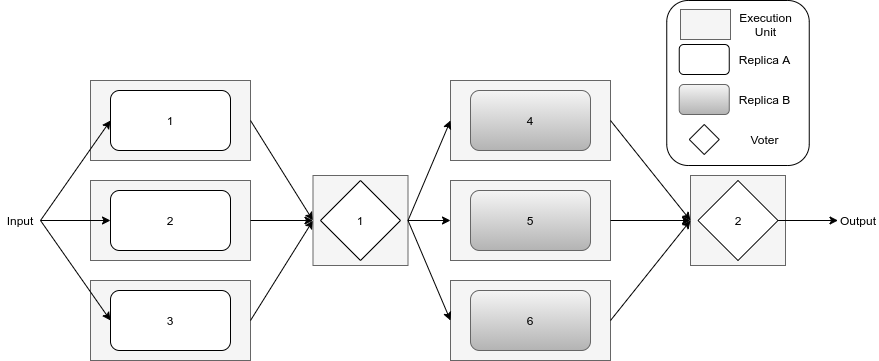
The draw.io diagram images/IntermediateVoting.png in Boffmann/masterThesis, before a commit. Source tidied: cells renumbered, new cells last; positions are measured from the earlier drawing's top-left corner, leaving out a move shared by most shapes. Its diagram source:
```xml
<mxGraphModel>
  <root>
    <mxCell id="0" />
    <mxCell id="1" parent="0" />
    <mxCell id="2" style="rounded=0;whiteSpace=wrap;html=1;fillColor=#f5f5f5;strokeColor=#666666;fontColor=#333333;" parent="1" vertex="1">
      <mxGeometry x="690" y="175" width="95" height="90" as="geometry" />
    </mxCell>
    <mxCell id="3" style="rounded=0;whiteSpace=wrap;html=1;fillColor=#f5f5f5;strokeColor=#666666;fontColor=#333333;" parent="1" vertex="1">
      <mxGeometry x="90" y="180" width="160" height="80" as="geometry" />
    </mxCell>
    <mxCell id="4" style="rounded=0;whiteSpace=wrap;html=1;fillColor=#f5f5f5;strokeColor=#666666;fontColor=#333333;" parent="1" vertex="1">
      <mxGeometry x="90" y="80" width="160" height="80" as="geometry" />
    </mxCell>
    <mxCell id="5" value="1" style="rounded=1;whiteSpace=wrap;html=1;" parent="1" vertex="1">
      <mxGeometry x="110" y="90" width="120" height="60" as="geometry" />
    </mxCell>
    <mxCell id="6" value="2" style="rounded=1;whiteSpace=wrap;html=1;" parent="1" vertex="1">
      <mxGeometry x="110" y="190" width="120" height="60" as="geometry" />
    </mxCell>
    <mxCell id="7" style="edgeStyle=orthogonalEdgeStyle;rounded=0;jettySize=auto;html=1;entryX=0;entryY=0.5;entryDx=0;entryDy=0;" parent="1" edge="1" source="8" target="12">
      <mxGeometry relative="1" as="geometry" />
    </mxCell>
    <mxCell id="8" value="2" style="rhombus;whiteSpace=wrap;html=1;" parent="1" vertex="1">
      <mxGeometry x="697.5" y="180" width="80" height="80" as="geometry" />
    </mxCell>
    <mxCell id="9" value="Input" style="text;html=1;strokeColor=none;fillColor=none;align=center;verticalAlign=middle;whiteSpace=wrap;rounded=0;" parent="1" vertex="1">
      <mxGeometry y="210" width="40" height="20" as="geometry" />
    </mxCell>
    <mxCell id="10" style="endArrow=classic;html=1;exitX=1;exitY=0.5;exitDx=0;exitDy=0;entryX=0;entryY=0.5;entryDx=0;entryDy=0;" parent="1" edge="1" source="9" target="5">
      <mxGeometry relative="1" as="geometry" />
    </mxCell>
    <mxCell id="11" style="endArrow=classic;html=1;exitX=1;exitY=0.5;exitDx=0;exitDy=0;entryX=0;entryY=0.5;entryDx=0;entryDy=0;" parent="1" edge="1" source="9" target="6">
      <mxGeometry relative="1" as="geometry" />
    </mxCell>
    <mxCell id="12" value="Output" style="text;html=1;strokeColor=none;fillColor=none;align=center;verticalAlign=middle;whiteSpace=wrap;rounded=0;" parent="1" vertex="1">
      <mxGeometry x="837.5" y="210" width="40" height="20" as="geometry" />
    </mxCell>
    <mxCell id="13" style="rounded=0;whiteSpace=wrap;html=1;fillColor=#f5f5f5;strokeColor=#666666;fontColor=#333333;" parent="1" vertex="1">
      <mxGeometry x="90" y="280" width="160" height="80" as="geometry" />
    </mxCell>
    <mxCell id="14" value="3" style="rounded=1;whiteSpace=wrap;html=1;" parent="1" vertex="1">
      <mxGeometry x="110" y="290" width="120" height="60" as="geometry" />
    </mxCell>
    <mxCell id="15" style="endArrow=classic;html=1;exitX=1;exitY=0.5;exitDx=0;exitDy=0;entryX=0;entryY=0.5;entryDx=0;entryDy=0;" parent="1" edge="1" source="9" target="14">
      <mxGeometry relative="1" as="geometry" />
    </mxCell>
    <mxCell id="16" style="rounded=1;whiteSpace=wrap;html=1;" parent="1" vertex="1">
      <mxGeometry x="666.2" width="142.5" height="165" as="geometry" />
    </mxCell>
    <mxCell id="17" style="rounded=0;whiteSpace=wrap;html=1;fillColor=#f5f5f5;strokeColor=#666666;fontColor=#333333;" parent="1" vertex="1">
      <mxGeometry x="680" y="9" width="50" height="30" as="geometry" />
    </mxCell>
    <mxCell id="18" value="Execution&lt;br&gt;Unit" style="text;html=1;align=center;verticalAlign=middle;" parent="1" vertex="1">
      <mxGeometry x="730" y="9" width="70" height="30" as="geometry" />
    </mxCell>
    <mxCell id="19" style="rounded=1;whiteSpace=wrap;html=1;fillColor=#f5f5f5;gradientColor=#b3b3b3;strokeColor=#666666;" parent="1" vertex="1">
      <mxGeometry x="678.8" y="84" width="50" height="30" as="geometry" />
    </mxCell>
    <mxCell id="20" value="Replica B" style="text;html=1;align=center;verticalAlign=middle;" parent="1" vertex="1">
      <mxGeometry x="728.8" y="89" width="70" height="20" as="geometry" />
    </mxCell>
    <mxCell id="21" style="rhombus;whiteSpace=wrap;html=1;" parent="1" vertex="1">
      <mxGeometry x="688.8" y="124" width="30" height="30" as="geometry" />
    </mxCell>
    <mxCell id="22" value="Voter" style="text;html=1;align=center;verticalAlign=middle;" parent="1" vertex="1">
      <mxGeometry x="743.8" y="129" width="40" height="20" as="geometry" />
    </mxCell>
    <mxCell id="23" style="rounded=0;whiteSpace=wrap;html=1;fillColor=#f5f5f5;strokeColor=#666666;fontColor=#333333;" parent="1" vertex="1">
      <mxGeometry x="450" y="280" width="160" height="80" as="geometry" />
    </mxCell>
    <mxCell id="24" value="6" style="rounded=1;whiteSpace=wrap;html=1;gradientColor=#b3b3b3;fillColor=#f5f5f5;strokeColor=#666666;" parent="1" vertex="1">
      <mxGeometry x="470" y="290" width="120" height="60" as="geometry" />
    </mxCell>
    <mxCell id="25" style="rounded=0;whiteSpace=wrap;html=1;fillColor=#f5f5f5;strokeColor=#666666;fontColor=#333333;" parent="1" vertex="1">
      <mxGeometry x="450" y="180" width="160" height="80" as="geometry" />
    </mxCell>
    <mxCell id="26" value="5" style="rounded=1;whiteSpace=wrap;html=1;gradientColor=#b3b3b3;fillColor=#f5f5f5;strokeColor=#666666;" parent="1" vertex="1">
      <mxGeometry x="470" y="190" width="120" height="60" as="geometry" />
    </mxCell>
    <mxCell id="27" style="rounded=0;whiteSpace=wrap;html=1;fillColor=#f5f5f5;strokeColor=#666666;fontColor=#333333;" parent="1" vertex="1">
      <mxGeometry x="450" y="80" width="160" height="80" as="geometry" />
    </mxCell>
    <mxCell id="28" value="4" style="rounded=1;whiteSpace=wrap;html=1;gradientColor=#b3b3b3;fillColor=#f5f5f5;strokeColor=#666666;" parent="1" vertex="1">
      <mxGeometry x="470" y="90" width="120" height="60" as="geometry" />
    </mxCell>
    <mxCell id="29" style="endArrow=classic;html=1;exitX=1;exitY=0.5;exitDx=0;exitDy=0;entryX=0;entryY=0.5;entryDx=0;entryDy=0;" parent="1" edge="1" source="23" target="2">
      <mxGeometry relative="1" as="geometry" />
    </mxCell>
    <mxCell id="30" style="endArrow=classic;html=1;exitX=1;exitY=0.5;exitDx=0;exitDy=0;entryX=0;entryY=0.5;entryDx=0;entryDy=0;" parent="1" edge="1" source="13" target="37">
      <mxGeometry relative="1" as="geometry" />
    </mxCell>
    <mxCell id="31" style="endArrow=classic;html=1;exitX=1;exitY=0.5;exitDx=0;exitDy=0;entryX=0;entryY=0.5;entryDx=0;entryDy=0;" parent="1" edge="1" source="3" target="37">
      <mxGeometry relative="1" as="geometry" />
    </mxCell>
    <mxCell id="32" style="endArrow=classic;html=1;exitX=1;exitY=0.5;exitDx=0;exitDy=0;entryX=0;entryY=0.5;entryDx=0;entryDy=0;" parent="1" edge="1" source="4" target="37">
      <mxGeometry relative="1" as="geometry" />
    </mxCell>
    <mxCell id="33" style="endArrow=classic;html=1;exitX=1;exitY=0.5;exitDx=0;exitDy=0;entryX=0;entryY=0.5;entryDx=0;entryDy=0;" parent="1" edge="1" source="25" target="2">
      <mxGeometry relative="1" as="geometry" />
    </mxCell>
    <mxCell id="34" style="endArrow=classic;html=1;exitX=1;exitY=0.5;exitDx=0;exitDy=0;entryX=0;entryY=0.5;entryDx=0;entryDy=0;" parent="1" edge="1" source="27" target="2">
      <mxGeometry relative="1" as="geometry" />
    </mxCell>
    <mxCell id="35" style="rounded=1;whiteSpace=wrap;html=1;" parent="1" vertex="1">
      <mxGeometry x="678.8" y="44" width="50" height="30" as="geometry" />
    </mxCell>
    <mxCell id="36" value="Replica A" style="text;html=1;align=center;verticalAlign=middle;" parent="1" vertex="1">
      <mxGeometry x="728.8" y="49" width="70" height="20" as="geometry" />
    </mxCell>
    <mxCell id="37" style="rounded=0;whiteSpace=wrap;html=1;fillColor=#f5f5f5;strokeColor=#666666;fontColor=#333333;" parent="1" vertex="1">
      <mxGeometry x="312.5" y="175" width="95" height="90" as="geometry" />
    </mxCell>
    <mxCell id="38" value="1" style="rhombus;whiteSpace=wrap;html=1;" parent="1" vertex="1">
      <mxGeometry x="320" y="180" width="80" height="80" as="geometry" />
    </mxCell>
    <mxCell id="39" style="endArrow=classic;html=1;exitX=1;exitY=0.5;exitDx=0;exitDy=0;entryX=0;entryY=0.5;entryDx=0;entryDy=0;" parent="1" edge="1" source="37" target="23">
      <mxGeometry relative="1" as="geometry" />
    </mxCell>
    <mxCell id="40" style="endArrow=classic;html=1;exitX=1;exitY=0.5;exitDx=0;exitDy=0;entryX=0;entryY=0.5;entryDx=0;entryDy=0;" parent="1" edge="1" source="37" target="25">
      <mxGeometry relative="1" as="geometry" />
    </mxCell>
    <mxCell id="41" style="endArrow=classic;html=1;exitX=1;exitY=0.5;exitDx=0;exitDy=0;entryX=0;entryY=0.5;entryDx=0;entryDy=0;" parent="1" edge="1" source="37" target="27">
      <mxGeometry relative="1" as="geometry" />
    </mxCell>
  </root>
</mxGraphModel>
```
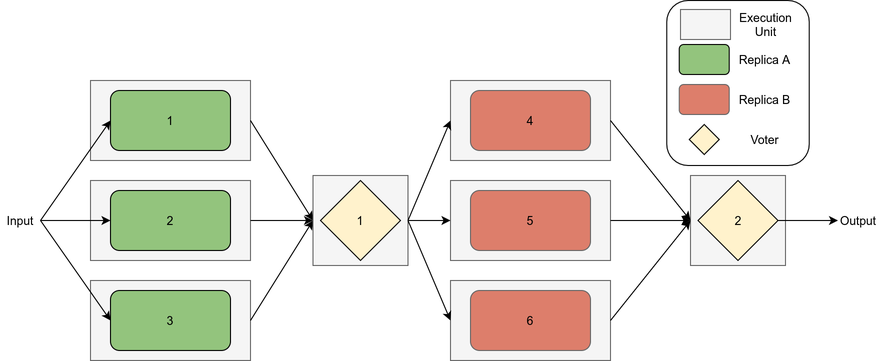
After the change.

Diff of the diagram source:
```diff
@@ -11,16 +11,16 @@
     <mxCell id="4" style="rounded=0;whiteSpace=wrap;html=1;fillColor=#f5f5f5;strokeColor=#666666;fontColor=#333333;" parent="1" vertex="1">
       <mxGeometry x="90" y="80" width="160" height="80" as="geometry" />
     </mxCell>
-    <mxCell id="5" value="1" style="rounded=1;whiteSpace=wrap;html=1;" parent="1" vertex="1">
+    <mxCell id="5" value="1" style="rounded=1;whiteSpace=wrap;html=1;fillColor=#93C47D;" parent="1" vertex="1">
       <mxGeometry x="110" y="90" width="120" height="60" as="geometry" />
     </mxCell>
-    <mxCell id="6" value="2" style="rounded=1;whiteSpace=wrap;html=1;" parent="1" vertex="1">
+    <mxCell id="6" value="2" style="rounded=1;whiteSpace=wrap;html=1;fillColor=#93C47D;" parent="1" vertex="1">
       <mxGeometry x="110" y="190" width="120" height="60" as="geometry" />
     </mxCell>
     <mxCell id="7" style="edgeStyle=orthogonalEdgeStyle;rounded=0;jettySize=auto;html=1;entryX=0;entryY=0.5;entryDx=0;entryDy=0;" parent="1" edge="1" source="8" target="12">
       <mxGeometry relative="1" as="geometry" />
     </mxCell>
-    <mxCell id="8" value="2" style="rhombus;whiteSpace=wrap;html=1;" parent="1" vertex="1">
+    <mxCell id="8" value="2" style="rhombus;whiteSpace=wrap;html=1;fillColor=#FFF2CC;" parent="1" vertex="1">
       <mxGeometry x="697.5" y="180" width="80" height="80" as="geometry" />
     </mxCell>
     <mxCell id="9" value="Input" style="text;html=1;strokeColor=none;fillColor=none;align=center;verticalAlign=middle;whiteSpace=wrap;rounded=0;" parent="1" vertex="1">
@@ -38,7 +38,7 @@
     <mxCell id="13" style="rounded=0;whiteSpace=wrap;html=1;fillColor=#f5f5f5;strokeColor=#666666;fontColor=#333333;" parent="1" vertex="1">
       <mxGeometry x="90" y="280" width="160" height="80" as="geometry" />
     </mxCell>
-    <mxCell id="14" value="3" style="rounded=1;whiteSpace=wrap;html=1;" parent="1" vertex="1">
+    <mxCell id="14" value="3" style="rounded=1;whiteSpace=wrap;html=1;fillColor=#93C47D;" parent="1" vertex="1">
       <mxGeometry x="110" y="290" width="120" height="60" as="geometry" />
     </mxCell>
     <mxCell id="15" style="endArrow=classic;html=1;exitX=1;exitY=0.5;exitDx=0;exitDy=0;entryX=0;entryY=0.5;entryDx=0;entryDy=0;" parent="1" edge="1" source="9" target="14">
@@ -53,13 +53,13 @@
     <mxCell id="18" value="Execution&lt;br&gt;Unit" style="text;html=1;align=center;verticalAlign=middle;" parent="1" vertex="1">
       <mxGeometry x="730" y="9" width="70" height="30" as="geometry" />
     </mxCell>
-    <mxCell id="19" style="rounded=1;whiteSpace=wrap;html=1;fillColor=#f5f5f5;gradientColor=#b3b3b3;strokeColor=#666666;" parent="1" vertex="1">
+    <mxCell id="19" style="rounded=1;whiteSpace=wrap;html=1;strokeColor=#666666;fillColor=#DD7E6B;" parent="1" vertex="1">
       <mxGeometry x="678.8" y="84" width="50" height="30" as="geometry" />
     </mxCell>
     <mxCell id="20" value="Replica B" style="text;html=1;align=center;verticalAlign=middle;" parent="1" vertex="1">
       <mxGeometry x="728.8" y="89" width="70" height="20" as="geometry" />
     </mxCell>
-    <mxCell id="21" style="rhombus;whiteSpace=wrap;html=1;" parent="1" vertex="1">
+    <mxCell id="21" style="rhombus;whiteSpace=wrap;html=1;fillColor=#FFF2CC;" parent="1" vertex="1">
       <mxGeometry x="688.8" y="124" width="30" height="30" as="geometry" />
     </mxCell>
     <mxCell id="22" value="Voter" style="text;html=1;align=center;verticalAlign=middle;" parent="1" vertex="1">
@@ -68,19 +68,19 @@
     <mxCell id="23" style="rounded=0;whiteSpace=wrap;html=1;fillColor=#f5f5f5;strokeColor=#666666;fontColor=#333333;" parent="1" vertex="1">
       <mxGeometry x="450" y="280" width="160" height="80" as="geometry" />
     </mxCell>
-    <mxCell id="24" value="6" style="rounded=1;whiteSpace=wrap;html=1;gradientColor=#b3b3b3;fillColor=#f5f5f5;strokeColor=#666666;" parent="1" vertex="1">
+    <mxCell id="24" value="6" style="rounded=1;whiteSpace=wrap;html=1;strokeColor=#666666;fillColor=#DD7E6B;" parent="1" vertex="1">
       <mxGeometry x="470" y="290" width="120" height="60" as="geometry" />
     </mxCell>
     <mxCell id="25" style="rounded=0;whiteSpace=wrap;html=1;fillColor=#f5f5f5;strokeColor=#666666;fontColor=#333333;" parent="1" vertex="1">
       <mxGeometry x="450" y="180" width="160" height="80" as="geometry" />
     </mxCell>
-    <mxCell id="26" value="5" style="rounded=1;whiteSpace=wrap;html=1;gradientColor=#b3b3b3;fillColor=#f5f5f5;strokeColor=#666666;" parent="1" vertex="1">
+    <mxCell id="26" value="5" style="rounded=1;whiteSpace=wrap;html=1;strokeColor=#666666;fillColor=#DD7E6B;" parent="1" vertex="1">
       <mxGeometry x="470" y="190" width="120" height="60" as="geometry" />
     </mxCell>
     <mxCell id="27" style="rounded=0;whiteSpace=wrap;html=1;fillColor=#f5f5f5;strokeColor=#666666;fontColor=#333333;" parent="1" vertex="1">
       <mxGeometry x="450" y="80" width="160" height="80" as="geometry" />
     </mxCell>
-    <mxCell id="28" value="4" style="rounded=1;whiteSpace=wrap;html=1;gradientColor=#b3b3b3;fillColor=#f5f5f5;strokeColor=#666666;" parent="1" vertex="1">
+    <mxCell id="28" value="4" style="rounded=1;whiteSpace=wrap;html=1;strokeColor=#666666;fillColor=#DD7E6B;" parent="1" vertex="1">
       <mxGeometry x="470" y="90" width="120" height="60" as="geometry" />
     </mxCell>
     <mxCell id="29" style="endArrow=classic;html=1;exitX=1;exitY=0.5;exitDx=0;exitDy=0;entryX=0;entryY=0.5;entryDx=0;entryDy=0;" parent="1" edge="1" source="23" target="2">
@@ -101,7 +101,7 @@
     <mxCell id="34" style="endArrow=classic;html=1;exitX=1;exitY=0.5;exitDx=0;exitDy=0;entryX=0;entryY=0.5;entryDx=0;entryDy=0;" parent="1" edge="1" source="27" target="2">
       <mxGeometry relative="1" as="geometry" />
     </mxCell>
-    <mxCell id="35" style="rounded=1;whiteSpace=wrap;html=1;" parent="1" vertex="1">
+    <mxCell id="35" style="rounded=1;whiteSpace=wrap;html=1;fillColor=#93C47D;" parent="1" vertex="1">
       <mxGeometry x="678.8" y="44" width="50" height="30" as="geometry" />
     </mxCell>
     <mxCell id="36" value="Replica A" style="text;html=1;align=center;verticalAlign=middle;" parent="1" vertex="1">
@@ -110,7 +110,7 @@
     <mxCell id="37" style="rounded=0;whiteSpace=wrap;html=1;fillColor=#f5f5f5;strokeColor=#666666;fontColor=#333333;" parent="1" vertex="1">
       <mxGeometry x="312.5" y="175" width="95" height="90" as="geometry" />
     </mxCell>
-    <mxCell id="38" value="1" style="rhombus;whiteSpace=wrap;html=1;" parent="1" vertex="1">
+    <mxCell id="38" value="1" style="rhombus;whiteSpace=wrap;html=1;fillColor=#FFF2CC;" parent="1" vertex="1">
       <mxGeometry x="320" y="180" width="80" height="80" as="geometry" />
     </mxCell>
     <mxCell id="39" style="endArrow=classic;html=1;exitX=1;exitY=0.5;exitDx=0;exitDy=0;entryX=0;entryY=0.5;entryDx=0;entryDy=0;" parent="1" edge="1" source="37" target="23">
```
